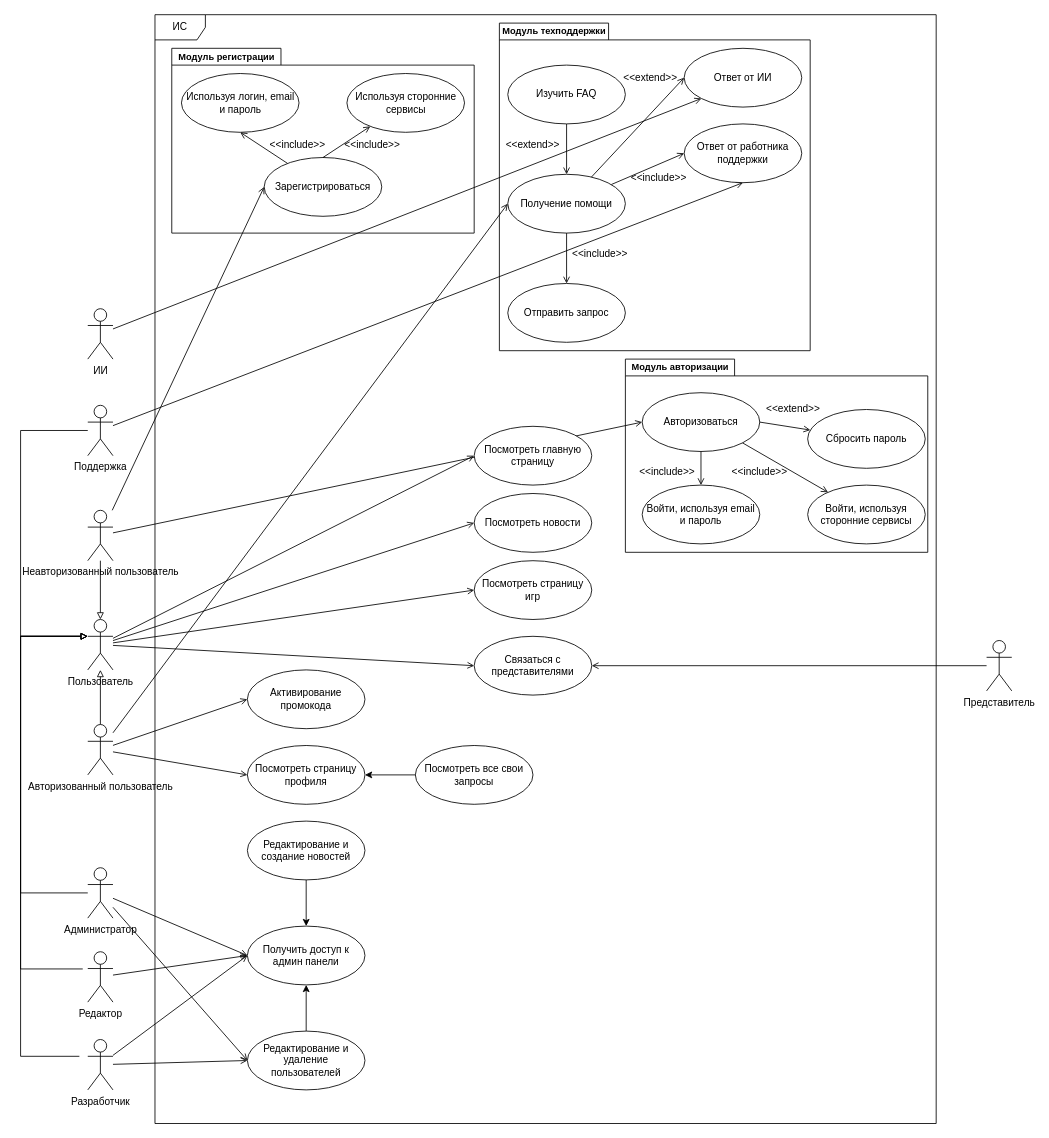
Above: diagrams/UML_Diagramma_pretendentov.drawio in Dimatron74/FadGamer (draw.io), before the change. Source tidied: cells renumbered, new cells numbered last; positions are measured from the earlier drawing's top-left corner, leaving out a move shared by most shapes. Both pictures are drawn from the tidied source at 84%, with x=0, y=0 at pixel (20, 14).
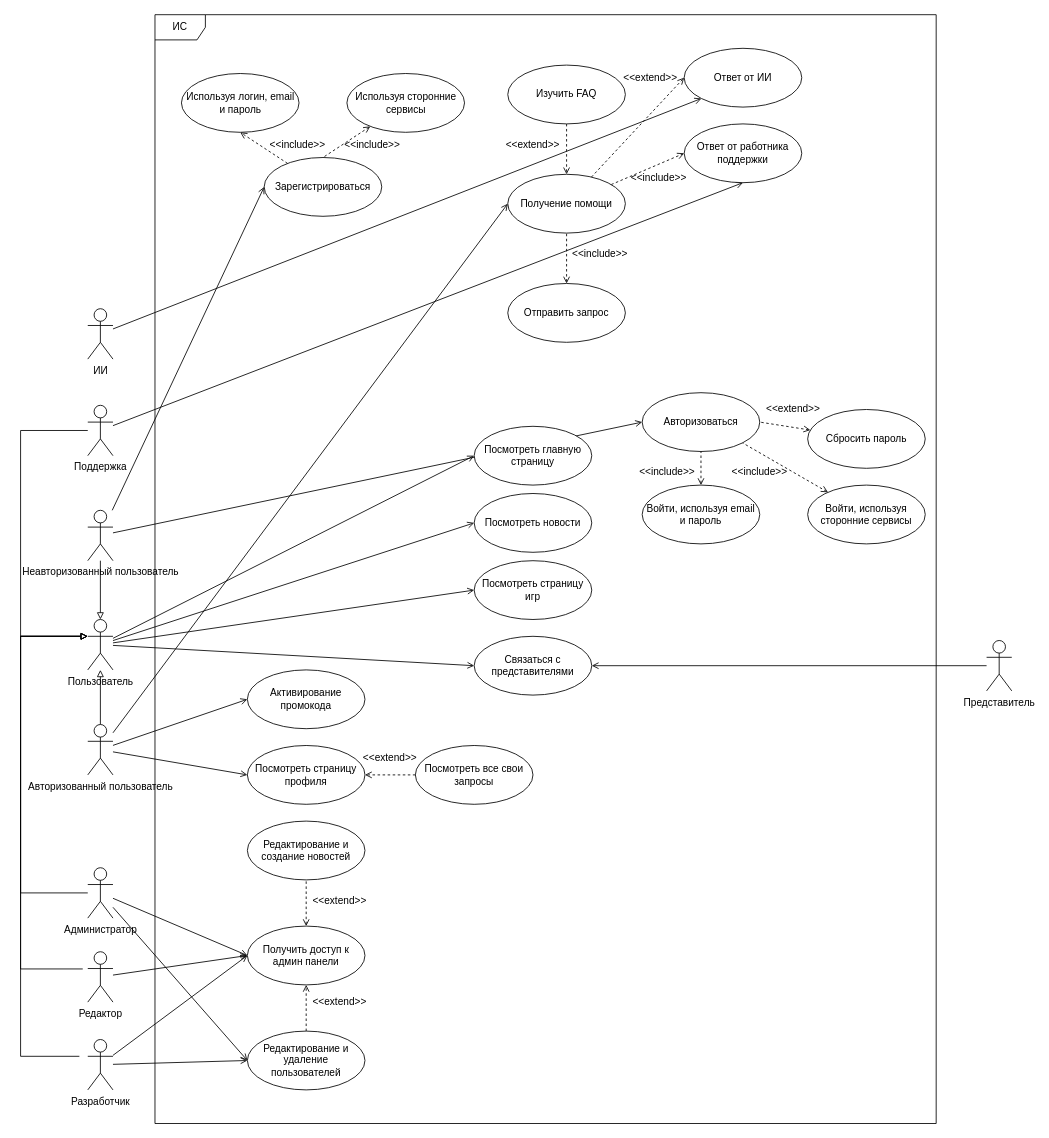
The same diagram, later.

Unchanged cells that the change refers to:
```xml
<mxCell id="2" style="group;" parent="1" vertex="1">
  <mxGeometry x="720" y="410" width="370" height="390" as="geometry" />
</mxCell>
<mxCell id="5" value="Авторизоваться" style="ellipse;whiteSpace=wrap;html=1;" parent="2" vertex="1">
  <mxGeometry x="20" y="40" width="140" height="70" as="geometry" />
</mxCell>
<mxCell id="7" value="Войти, используя email и пароль" style="ellipse;whiteSpace=wrap;html=1;" parent="2" vertex="1">
  <mxGeometry x="20" y="150" width="140" height="70" as="geometry" />
</mxCell>
<mxCell id="9" value="Войти, используя сторонние сервисы" style="ellipse;whiteSpace=wrap;html=1;" parent="2" vertex="1">
  <mxGeometry x="217" y="150" width="140" height="70" as="geometry" />
</mxCell>
<mxCell id="11" value="Сбросить пароль" style="ellipse;whiteSpace=wrap;html=1;" parent="2" vertex="1">
  <mxGeometry x="217" y="60" width="140" height="70" as="geometry" />
</mxCell>
<mxCell id="29" value="Получение помощи" style="ellipse;whiteSpace=wrap;html=1;" parent="1" vertex="1">
  <mxGeometry x="580" y="190" width="140" height="70" as="geometry" />
</mxCell>
<mxCell id="45" value="Зарегистрироваться" style="ellipse;whiteSpace=wrap;html=1;" parent="1" vertex="1">
  <mxGeometry x="290" y="170" width="140" height="70" as="geometry" />
</mxCell>
<mxCell id="49" value="Изучить FAQ" style="ellipse;whiteSpace=wrap;html=1;" parent="1" vertex="1">
  <mxGeometry x="580" y="60" width="140" height="70" as="geometry" />
</mxCell>
<mxCell id="51" value="Отправить запрос" style="ellipse;whiteSpace=wrap;html=1;" parent="1" vertex="1">
  <mxGeometry x="580" y="320" width="140" height="70" as="geometry" />
</mxCell>
<mxCell id="52" value="Посмотреть страницу профиля" style="ellipse;whiteSpace=wrap;html=1;" parent="1" vertex="1">
  <mxGeometry x="270" y="870" width="140" height="70" as="geometry" />
</mxCell>
<mxCell id="55" value="Используя логин, email и пароль" style="ellipse;whiteSpace=wrap;html=1;" parent="1" vertex="1">
  <mxGeometry x="191.5" y="70" width="140" height="70" as="geometry" />
</mxCell>
<mxCell id="57" value="Используя сторонние сервисы" style="ellipse;whiteSpace=wrap;html=1;" parent="1" vertex="1">
  <mxGeometry x="388.5" y="70" width="140" height="70" as="geometry" />
</mxCell>
<mxCell id="59" value="Ответ от работника поддержки" style="ellipse;whiteSpace=wrap;html=1;" parent="1" vertex="1">
  <mxGeometry x="790" y="130" width="140" height="70" as="geometry" />
</mxCell>
<mxCell id="60" value="Ответ от ИИ" style="ellipse;whiteSpace=wrap;html=1;" parent="1" vertex="1">
  <mxGeometry x="790" y="40" width="140" height="70" as="geometry" />
</mxCell>
<mxCell id="64" value="Посмотреть все свои запросы" style="ellipse;whiteSpace=wrap;html=1;" parent="1" vertex="1">
  <mxGeometry x="470" y="870" width="140" height="70" as="geometry" />
</mxCell>
<mxCell id="68" value="Редактирование и создание новостей" style="ellipse;whiteSpace=wrap;html=1;" parent="1" vertex="1">
  <mxGeometry x="270" y="960" width="140" height="70" as="geometry" />
</mxCell>
<mxCell id="72" value="Получить доступ к админ панели" style="ellipse;whiteSpace=wrap;html=1;" parent="1" vertex="1">
  <mxGeometry x="270" y="1085" width="140" height="70" as="geometry" />
</mxCell>
<mxCell id="77" value="Редактирование и удаление пользователей" style="ellipse;whiteSpace=wrap;html=1;" parent="1" vertex="1">
  <mxGeometry x="270" y="1210" width="140" height="70" as="geometry" />
</mxCell>
```

What changed in the source:
```diff
@@
-    <mxCell id="3" style="shape=folder;fontStyle=1;spacingTop=10;tabWidth=130;tabHeight=20;tabPosition=left;html=1;whiteSpace=wrap;" parent="2" vertex="1">
-      <mxGeometry width="360" height="230" as="geometry" />
-    </mxCell>
-    <mxCell id="4" value="&lt;font style=&quot;font-size: 11px;&quot;&gt;Модуль авторизации&lt;/font&gt;" style="text;align=center;fontStyle=1;verticalAlign=middle;spacingLeft=3;spacingRight=3;strokeColor=none;html=1;" parent="2" vertex="1">
-      <mxGeometry width="130" height="20" as="geometry" />
-    </mxCell>
@@
-    <mxCell id="6" style="rounded=0;jettySize=auto;html=1;exitX=0.5;exitY=0;exitDx=0;exitDy=0;entryX=0.5;entryY=1;entryDx=0;entryDy=0;endArrow=none;endFill=0;startArrow=open;startFill=0;" parent="2" edge="1" source="7" target="5">
+    <mxCell id="6" style="rounded=0;jettySize=auto;html=1;exitX=0.5;exitY=0;exitDx=0;exitDy=0;entryX=0.5;entryY=1;entryDx=0;entryDy=0;endArrow=none;endFill=0;startArrow=open;startFill=0;dashed=1;" parent="2" edge="1" source="7" target="5">
       <mxGeometry relative="1" as="geometry" />
     </mxCell>
@@
-    <mxCell id="8" style="rounded=0;jettySize=auto;html=1;entryX=1;entryY=1;entryDx=0;entryDy=0;endArrow=none;endFill=0;startArrow=open;startFill=0;" parent="2" edge="1" source="9" target="5">
+    <mxCell id="8" style="rounded=0;jettySize=auto;html=1;entryX=1;entryY=1;entryDx=0;entryDy=0;endArrow=none;endFill=0;startArrow=open;startFill=0;dashed=1;" parent="2" edge="1" source="9" target="5">
       <mxGeometry relative="1" as="geometry" />
     </mxCell>
@@
-    <mxCell id="10" style="rounded=0;jettySize=auto;html=1;entryX=1;entryY=0.5;entryDx=0;entryDy=0;endArrow=none;endFill=0;startArrow=open;startFill=0;" parent="2" edge="1" source="11" target="5">
+    <mxCell id="10" style="rounded=0;jettySize=auto;html=1;entryX=1;entryY=0.5;entryDx=0;entryDy=0;endArrow=none;endFill=0;startArrow=open;startFill=0;dashed=1;" parent="2" edge="1" source="11" target="5">
       <mxGeometry relative="1" as="geometry" />
     </mxCell>
@@
-    <mxCell id="15" style="shape=folder;fontStyle=1;spacingTop=10;tabWidth=130;tabHeight=20;tabPosition=left;html=1;whiteSpace=wrap;" parent="1" vertex="1">
-      <mxGeometry x="570" y="10" width="370" height="390" as="geometry" />
-    </mxCell>
-    <mxCell id="16" style="shape=folder;fontStyle=1;spacingTop=10;tabWidth=130;tabHeight=20;tabPosition=left;html=1;whiteSpace=wrap;" parent="1" vertex="1">
-      <mxGeometry x="180" y="40" width="360" height="220" as="geometry" />
-    </mxCell>
@@
-    <mxCell id="27" style="rounded=0;jettySize=auto;html=1;entryX=0;entryY=0.5;entryDx=0;entryDy=0;endArrow=open;endFill=0;" parent="1" edge="1" source="29" target="59">
+    <mxCell id="27" style="rounded=0;jettySize=auto;html=1;entryX=0;entryY=0.5;entryDx=0;entryDy=0;endArrow=open;endFill=0;dashed=1;" parent="1" edge="1" source="29" target="59">
       <mxGeometry relative="1" as="geometry" />
     </mxCell>
-    <mxCell id="28" style="rounded=0;jettySize=auto;html=1;entryX=0;entryY=0.5;entryDx=0;entryDy=0;endArrow=open;endFill=0;" parent="1" edge="1" source="29" target="60">
+    <mxCell id="28" style="rounded=0;jettySize=auto;html=1;entryX=0;entryY=0.5;entryDx=0;entryDy=0;endArrow=open;endFill=0;dashed=1;" parent="1" edge="1" source="29" target="60">
       <mxGeometry relative="1" as="geometry" />
     </mxCell>
@@
-    <mxCell id="44" style="rounded=0;jettySize=auto;html=1;entryX=0.5;entryY=1;entryDx=0;entryDy=0;endArrow=open;endFill=0;startArrow=none;startFill=0;" parent="1" edge="1" source="45" target="55">
+    <mxCell id="44" style="rounded=0;jettySize=auto;html=1;entryX=0.5;entryY=1;entryDx=0;entryDy=0;endArrow=open;endFill=0;startArrow=none;startFill=0;dashed=1;" parent="1" edge="1" source="45" target="55">
       <mxGeometry relative="1" as="geometry" />
     </mxCell>
@@
-    <mxCell id="48" style="edgeStyle=orthogonalEdgeStyle;rounded=0;jettySize=auto;html=1;exitX=0.5;exitY=1;exitDx=0;exitDy=0;entryX=0.5;entryY=0;entryDx=0;entryDy=0;endArrow=open;endFill=0;" parent="1" edge="1" source="49" target="29">
+    <mxCell id="48" style="edgeStyle=orthogonalEdgeStyle;rounded=0;jettySize=auto;html=1;exitX=0.5;exitY=1;exitDx=0;exitDy=0;entryX=0.5;entryY=0;entryDx=0;entryDy=0;endArrow=open;endFill=0;dashed=1;" parent="1" edge="1" source="49" target="29">
       <mxGeometry relative="1" as="geometry" />
     </mxCell>
@@
-    <mxCell id="50" style="edgeStyle=orthogonalEdgeStyle;rounded=0;jettySize=auto;html=1;exitX=0.5;exitY=0;exitDx=0;exitDy=0;entryX=0.5;entryY=1;entryDx=0;entryDy=0;endArrow=none;endFill=0;startArrow=open;startFill=0;" parent="1" edge="1" source="51" target="29">
+    <mxCell id="50" style="edgeStyle=orthogonalEdgeStyle;rounded=0;jettySize=auto;html=1;exitX=0.5;exitY=0;exitDx=0;exitDy=0;entryX=0.5;entryY=1;entryDx=0;entryDy=0;endArrow=none;endFill=0;startArrow=open;startFill=0;dashed=1;" parent="1" edge="1" source="51" target="29">
       <mxGeometry relative="1" as="geometry" />
     </mxCell>
@@
-    <mxCell id="56" style="rounded=0;jettySize=auto;html=1;entryX=0.5;entryY=0;entryDx=0;entryDy=0;endArrow=none;endFill=0;startArrow=open;startFill=0;" parent="1" edge="1" source="57" target="45">
+    <mxCell id="56" style="rounded=0;jettySize=auto;html=1;entryX=0.5;entryY=0;entryDx=0;entryDy=0;endArrow=none;endFill=0;startArrow=open;startFill=0;dashed=1;" parent="1" edge="1" source="57" target="45">
       <mxGeometry relative="1" as="geometry" />
     </mxCell>
@@
-    <mxCell id="63" style="edgeStyle=orthogonalEdgeStyle;rounded=0;jettySize=auto;html=1;exitX=0;exitY=0.5;exitDx=0;exitDy=0;entryX=1;entryY=0.5;entryDx=0;entryDy=0;" parent="1" edge="1" source="64" target="52">
+    <mxCell id="63" style="edgeStyle=orthogonalEdgeStyle;rounded=0;jettySize=auto;html=1;exitX=0;exitY=0.5;exitDx=0;exitDy=0;entryX=1;entryY=0.5;entryDx=0;entryDy=0;endArrow=open;endFill=0;dashed=1;" parent="1" edge="1" source="64" target="52">
       <mxGeometry relative="1" as="geometry" />
     </mxCell>
@@
-    <mxCell id="71" style="edgeStyle=orthogonalEdgeStyle;rounded=0;jettySize=auto;html=1;entryX=0.5;entryY=1;entryDx=0;entryDy=0;endArrow=none;endFill=0;startArrow=classic;startFill=1;" parent="1" edge="1" source="72" target="68">
+    <mxCell id="71" style="edgeStyle=orthogonalEdgeStyle;rounded=0;jettySize=auto;html=1;entryX=0.5;entryY=1;entryDx=0;entryDy=0;endArrow=none;endFill=0;startArrow=open;startFill=0;dashed=1;" parent="1" edge="1" source="72" target="68">
       <mxGeometry relative="1" as="geometry" />
     </mxCell>
@@
-    <mxCell id="76" style="edgeStyle=orthogonalEdgeStyle;rounded=0;jettySize=auto;html=1;entryX=0.5;entryY=1;entryDx=0;entryDy=0;" parent="1" edge="1" source="77" target="72">
+    <mxCell id="76" style="edgeStyle=orthogonalEdgeStyle;rounded=0;jettySize=auto;html=1;entryX=0.5;entryY=1;entryDx=0;entryDy=0;endArrow=open;endFill=0;dashed=1;" parent="1" edge="1" source="77" target="72">
       <mxGeometry relative="1" as="geometry" />
     </mxCell>
@@
-    <mxCell id="80" value="&lt;font style=&quot;font-size: 11px;&quot;&gt;Модуль регистрации&lt;/font&gt;" style="text;align=center;fontStyle=1;verticalAlign=middle;spacingLeft=3;spacingRight=3;strokeColor=none;html=1;" parent="1" vertex="1">
-      <mxGeometry x="180" y="40" width="130" height="20" as="geometry" />
-    </mxCell>
-    <mxCell id="81" value="&lt;font style=&quot;font-size: 11px;&quot;&gt;Модуль техподдержки&lt;/font&gt;" style="text;align=center;fontStyle=1;verticalAlign=middle;spacingLeft=3;spacingRight=3;strokeColor=none;html=1;" parent="1" vertex="1">
-      <mxGeometry x="570" y="10" width="130" height="20" as="geometry" />
-    </mxCell>
@@
+    <mxCell id="85" value="&amp;lt;&amp;lt;extend&amp;gt;&amp;gt;" style="text;html=1;align=center;verticalAlign=middle;whiteSpace=wrap;rounded=0;" parent="1" vertex="1">
+      <mxGeometry x="350" y="1040" width="60" height="30" as="geometry" />
+    </mxCell>
+    <mxCell id="86" value="&amp;lt;&amp;lt;extend&amp;gt;&amp;gt;" style="text;html=1;align=center;verticalAlign=middle;whiteSpace=wrap;rounded=0;" parent="1" vertex="1">
+      <mxGeometry x="410" y="870" width="60" height="30" as="geometry" />
+    </mxCell>
+    <mxCell id="87" value="&amp;lt;&amp;lt;extend&amp;gt;&amp;gt;" style="text;html=1;align=center;verticalAlign=middle;whiteSpace=wrap;rounded=0;" parent="1" vertex="1">
+      <mxGeometry x="350" y="1160" width="60" height="30" as="geometry" />
+    </mxCell>
```
